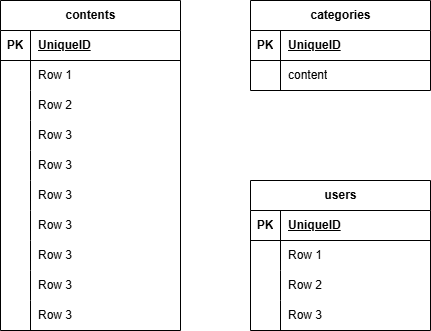
Above: index.drawio.png in LesserPand8/conf-test (draw.io), before the change. Source tidied: cells renumbered, new cells last; positions are measured from the earlier drawing's top-left corner, leaving out a move shared by most shapes.
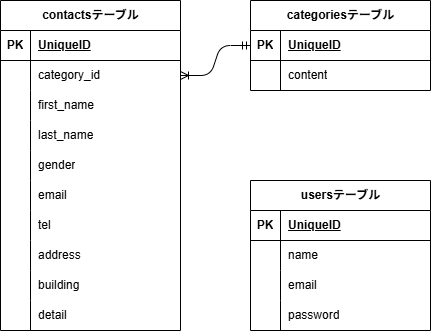
After the commit.

Diff of the diagram source:
```diff
@@ -2,7 +2,7 @@
   <root>
     <mxCell id="0" />
     <mxCell id="1" parent="0" />
-    <mxCell id="2" value="contents" style="shape=table;startSize=30;rowLines=0;fontStyle=1;align=center;html=1;" parent="1" vertex="1">
+    <mxCell id="2" value="&lt;span class=&quot;notion-enable-hover&quot;&gt;contactsテーブル&lt;/span&gt;" style="shape=table;startSize=30;rowLines=0;fontStyle=1;align=center;html=1;" parent="1" vertex="1">
       <mxGeometry width="180" height="330" as="geometry" />
     </mxCell>
     <mxCell id="3" style="shape=tableRow;horizontal=0;startSize=0;swimlaneHead=0;swimlaneBody=0;fillColor=none;top=0;left=0;right=0;bottom=1;" parent="2" vertex="1">
@@ -20,7 +20,7 @@
     <mxCell id="7" style="shape=partialRectangle;fillColor=none;top=0;left=0;bottom=0;right=0;overflow=hidden;whiteSpace=wrap;html=1;" parent="6" vertex="1">
       <mxGeometry width="30" height="30" as="geometry" />
     </mxCell>
-    <mxCell id="8" value="Row 1" style="shape=partialRectangle;fillColor=none;top=0;left=0;bottom=0;right=0;align=left;spacingLeft=6;overflow=hidden;whiteSpace=wrap;html=1;" parent="6" vertex="1">
+    <mxCell id="8" value="category_id" style="shape=partialRectangle;fillColor=none;top=0;left=0;bottom=0;right=0;align=left;spacingLeft=6;overflow=hidden;whiteSpace=wrap;html=1;" parent="6" vertex="1">
       <mxGeometry x="30" width="150" height="30" as="geometry" />
     </mxCell>
     <mxCell id="9" style="shape=tableRow;horizontal=0;startSize=0;swimlaneHead=0;swimlaneBody=0;fillColor=none;top=0;left=0;right=0;bottom=0;" parent="2" vertex="1">
@@ -29,7 +29,7 @@
     <mxCell id="10" style="shape=partialRectangle;fillColor=none;top=0;left=0;bottom=0;right=0;overflow=hidden;whiteSpace=wrap;html=1;" parent="9" vertex="1">
       <mxGeometry width="30" height="30" as="geometry" />
     </mxCell>
-    <mxCell id="11" value="Row 2" style="shape=partialRectangle;fillColor=none;top=0;left=0;bottom=0;right=0;align=left;spacingLeft=6;overflow=hidden;whiteSpace=wrap;html=1;" parent="9" vertex="1">
+    <mxCell id="11" value="first_name" style="shape=partialRectangle;fillColor=none;top=0;left=0;bottom=0;right=0;align=left;spacingLeft=6;overflow=hidden;whiteSpace=wrap;html=1;" parent="9" vertex="1">
       <mxGeometry x="30" width="150" height="30" as="geometry" />
     </mxCell>
     <mxCell id="12" style="shape=tableRow;horizontal=0;startSize=0;swimlaneHead=0;swimlaneBody=0;fillColor=none;top=0;left=0;right=0;bottom=0;" parent="2" vertex="1">
@@ -38,7 +38,7 @@
     <mxCell id="13" style="shape=partialRectangle;fillColor=none;top=0;left=0;bottom=0;right=0;overflow=hidden;whiteSpace=wrap;html=1;" parent="12" vertex="1">
       <mxGeometry width="30" height="30" as="geometry" />
     </mxCell>
-    <mxCell id="14" value="Row 3" style="shape=partialRectangle;fillColor=none;top=0;left=0;bottom=0;right=0;align=left;spacingLeft=6;overflow=hidden;whiteSpace=wrap;html=1;" parent="12" vertex="1">
+    <mxCell id="14" value="last_name" style="shape=partialRectangle;fillColor=none;top=0;left=0;bottom=0;right=0;align=left;spacingLeft=6;overflow=hidden;whiteSpace=wrap;html=1;" parent="12" vertex="1">
       <mxGeometry x="30" width="150" height="30" as="geometry" />
     </mxCell>
     <mxCell id="15" style="shape=tableRow;horizontal=0;startSize=0;swimlaneHead=0;swimlaneBody=0;fillColor=none;top=0;left=0;right=0;bottom=0;" parent="2" vertex="1">
@@ -47,7 +47,7 @@
     <mxCell id="16" style="shape=partialRectangle;fillColor=none;top=0;left=0;bottom=0;right=0;overflow=hidden;whiteSpace=wrap;html=1;" parent="15" vertex="1">
       <mxGeometry width="30" height="30" as="geometry" />
     </mxCell>
-    <mxCell id="17" value="Row 3" style="shape=partialRectangle;fillColor=none;top=0;left=0;bottom=0;right=0;align=left;spacingLeft=6;overflow=hidden;whiteSpace=wrap;html=1;" parent="15" vertex="1">
+    <mxCell id="17" value="gender" style="shape=partialRectangle;fillColor=none;top=0;left=0;bottom=0;right=0;align=left;spacingLeft=6;overflow=hidden;whiteSpace=wrap;html=1;" parent="15" vertex="1">
       <mxGeometry x="30" width="150" height="30" as="geometry" />
     </mxCell>
     <mxCell id="18" style="shape=tableRow;horizontal=0;startSize=0;swimlaneHead=0;swimlaneBody=0;fillColor=none;top=0;left=0;right=0;bottom=0;" parent="2" vertex="1">
@@ -56,7 +56,7 @@
     <mxCell id="19" style="shape=partialRectangle;fillColor=none;top=0;left=0;bottom=0;right=0;overflow=hidden;whiteSpace=wrap;html=1;" parent="18" vertex="1">
       <mxGeometry width="30" height="30" as="geometry" />
     </mxCell>
-    <mxCell id="20" value="Row 3" style="shape=partialRectangle;fillColor=none;top=0;left=0;bottom=0;right=0;align=left;spacingLeft=6;overflow=hidden;whiteSpace=wrap;html=1;" parent="18" vertex="1">
+    <mxCell id="20" value="email" style="shape=partialRectangle;fillColor=none;top=0;left=0;bottom=0;right=0;align=left;spacingLeft=6;overflow=hidden;whiteSpace=wrap;html=1;" parent="18" vertex="1">
       <mxGeometry x="30" width="150" height="30" as="geometry" />
     </mxCell>
     <mxCell id="21" style="shape=tableRow;horizontal=0;startSize=0;swimlaneHead=0;swimlaneBody=0;fillColor=none;top=0;left=0;right=0;bottom=0;" parent="2" vertex="1">
@@ -65,7 +65,7 @@
     <mxCell id="22" style="shape=partialRectangle;fillColor=none;top=0;left=0;bottom=0;right=0;overflow=hidden;whiteSpace=wrap;html=1;" parent="21" vertex="1">
       <mxGeometry width="30" height="30" as="geometry" />
     </mxCell>
-    <mxCell id="23" value="Row 3" style="shape=partialRectangle;fillColor=none;top=0;left=0;bottom=0;right=0;align=left;spacingLeft=6;overflow=hidden;whiteSpace=wrap;html=1;" parent="21" vertex="1">
+    <mxCell id="23" value="tel" style="shape=partialRectangle;fillColor=none;top=0;left=0;bottom=0;right=0;align=left;spacingLeft=6;overflow=hidden;whiteSpace=wrap;html=1;" parent="21" vertex="1">
       <mxGeometry x="30" width="150" height="30" as="geometry" />
     </mxCell>
     <mxCell id="24" style="shape=tableRow;horizontal=0;startSize=0;swimlaneHead=0;swimlaneBody=0;fillColor=none;top=0;left=0;right=0;bottom=0;" parent="2" vertex="1">
@@ -74,7 +74,7 @@
     <mxCell id="25" style="shape=partialRectangle;fillColor=none;top=0;left=0;bottom=0;right=0;overflow=hidden;whiteSpace=wrap;html=1;" parent="24" vertex="1">
       <mxGeometry width="30" height="30" as="geometry" />
     </mxCell>
-    <mxCell id="26" value="Row 3" style="shape=partialRectangle;fillColor=none;top=0;left=0;bottom=0;right=0;align=left;spacingLeft=6;overflow=hidden;whiteSpace=wrap;html=1;" parent="24" vertex="1">
+    <mxCell id="26" value="address" style="shape=partialRectangle;fillColor=none;top=0;left=0;bottom=0;right=0;align=left;spacingLeft=6;overflow=hidden;whiteSpace=wrap;html=1;" parent="24" vertex="1">
       <mxGeometry x="30" width="150" height="30" as="geometry" />
     </mxCell>
     <mxCell id="27" style="shape=tableRow;horizontal=0;startSize=0;swimlaneHead=0;swimlaneBody=0;fillColor=none;top=0;left=0;right=0;bottom=0;" parent="2" vertex="1">
@@ -83,7 +83,7 @@
     <mxCell id="28" style="shape=partialRectangle;fillColor=none;top=0;left=0;bottom=0;right=0;overflow=hidden;whiteSpace=wrap;html=1;" parent="27" vertex="1">
       <mxGeometry width="30" height="30" as="geometry" />
     </mxCell>
-    <mxCell id="29" value="Row 3" style="shape=partialRectangle;fillColor=none;top=0;left=0;bottom=0;right=0;align=left;spacingLeft=6;overflow=hidden;whiteSpace=wrap;html=1;" parent="27" vertex="1">
+    <mxCell id="29" value="building" style="shape=partialRectangle;fillColor=none;top=0;left=0;bottom=0;right=0;align=left;spacingLeft=6;overflow=hidden;whiteSpace=wrap;html=1;" parent="27" vertex="1">
       <mxGeometry x="30" width="150" height="30" as="geometry" />
     </mxCell>
     <mxCell id="30" style="shape=tableRow;horizontal=0;startSize=0;swimlaneHead=0;swimlaneBody=0;fillColor=none;top=0;left=0;right=0;bottom=0;" parent="2" vertex="1">
@@ -92,10 +92,10 @@
     <mxCell id="31" style="shape=partialRectangle;fillColor=none;top=0;left=0;bottom=0;right=0;overflow=hidden;whiteSpace=wrap;html=1;" parent="30" vertex="1">
       <mxGeometry width="30" height="30" as="geometry" />
     </mxCell>
-    <mxCell id="32" value="Row 3" style="shape=partialRectangle;fillColor=none;top=0;left=0;bottom=0;right=0;align=left;spacingLeft=6;overflow=hidden;whiteSpace=wrap;html=1;" parent="30" vertex="1">
+    <mxCell id="32" value="detail" style="shape=partialRectangle;fillColor=none;top=0;left=0;bottom=0;right=0;align=left;spacingLeft=6;overflow=hidden;whiteSpace=wrap;html=1;" parent="30" vertex="1">
       <mxGeometry x="30" width="150" height="30" as="geometry" />
     </mxCell>
-    <mxCell id="33" value="categories" style="shape=table;startSize=30;rowLines=0;fontStyle=1;align=center;html=1;" parent="1" vertex="1">
+    <mxCell id="33" value="&lt;span class=&quot;notion-enable-hover&quot;&gt;categoriesテーブル&lt;/span&gt;" style="shape=table;startSize=30;rowLines=0;fontStyle=1;align=center;html=1;" parent="1" vertex="1">
       <mxGeometry x="250" width="180" height="90" as="geometry" />
     </mxCell>
     <mxCell id="34" style="shape=tableRow;horizontal=0;startSize=0;swimlaneHead=0;swimlaneBody=0;fillColor=none;points=[[0,0.5],[1,0.5]];portConstraint=eastwest;top=0;left=0;right=0;bottom=1;" parent="33" vertex="1">
@@ -116,7 +116,7 @@
     <mxCell id="39" value="content" style="shape=partialRectangle;fillColor=none;top=0;left=0;bottom=0;right=0;align=left;spacingLeft=6;overflow=hidden;whiteSpace=wrap;html=1;" parent="37" vertex="1">
       <mxGeometry x="30" width="150" height="30" as="geometry" />
     </mxCell>
-    <mxCell id="40" value="users" style="shape=table;startSize=30;rowLines=0;fontStyle=1;align=center;html=1;" parent="1" vertex="1">
+    <mxCell id="40" value="&lt;span class=&quot;notion-enable-hover&quot;&gt;usersテーブル&lt;/span&gt;" style="shape=table;startSize=30;rowLines=0;fontStyle=1;align=center;html=1;" parent="1" vertex="1">
       <mxGeometry x="250" y="180" width="180" height="150" as="geometry" />
     </mxCell>
     <mxCell id="41" style="shape=tableRow;horizontal=0;startSize=0;swimlaneHead=0;swimlaneBody=0;fillColor=none;top=0;left=0;right=0;bottom=1;" parent="40" vertex="1">
@@ -134,7 +134,7 @@
     <mxCell id="45" style="shape=partialRectangle;fillColor=none;top=0;left=0;bottom=0;right=0;overflow=hidden;whiteSpace=wrap;html=1;" parent="44" vertex="1">
       <mxGeometry width="30" height="30" as="geometry" />
     </mxCell>
-    <mxCell id="46" value="Row 1" style="shape=partialRectangle;fillColor=none;top=0;left=0;bottom=0;right=0;align=left;spacingLeft=6;overflow=hidden;whiteSpace=wrap;html=1;" parent="44" vertex="1">
+    <mxCell id="46" value="name" style="shape=partialRectangle;fillColor=none;top=0;left=0;bottom=0;right=0;align=left;spacingLeft=6;overflow=hidden;whiteSpace=wrap;html=1;" parent="44" vertex="1">
       <mxGeometry x="30" width="150" height="30" as="geometry" />
     </mxCell>
     <mxCell id="47" style="shape=tableRow;horizontal=0;startSize=0;swimlaneHead=0;swimlaneBody=0;fillColor=none;top=0;left=0;right=0;bottom=0;" parent="40" vertex="1">
@@ -143,7 +143,7 @@
     <mxCell id="48" style="shape=partialRectangle;fillColor=none;top=0;left=0;bottom=0;right=0;overflow=hidden;whiteSpace=wrap;html=1;" parent="47" vertex="1">
       <mxGeometry width="30" height="30" as="geometry" />
     </mxCell>
-    <mxCell id="49" value="Row 2" style="shape=partialRectangle;fillColor=none;top=0;left=0;bottom=0;right=0;align=left;spacingLeft=6;overflow=hidden;whiteSpace=wrap;html=1;" parent="47" vertex="1">
+    <mxCell id="49" value="email" style="shape=partialRectangle;fillColor=none;top=0;left=0;bottom=0;right=0;align=left;spacingLeft=6;overflow=hidden;whiteSpace=wrap;html=1;" parent="47" vertex="1">
       <mxGeometry x="30" width="150" height="30" as="geometry" />
     </mxCell>
     <mxCell id="50" style="shape=tableRow;horizontal=0;startSize=0;swimlaneHead=0;swimlaneBody=0;fillColor=none;top=0;left=0;right=0;bottom=0;" parent="40" vertex="1">
@@ -152,8 +152,11 @@
     <mxCell id="51" style="shape=partialRectangle;fillColor=none;top=0;left=0;bottom=0;right=0;overflow=hidden;whiteSpace=wrap;html=1;" parent="50" vertex="1">
       <mxGeometry width="30" height="30" as="geometry" />
     </mxCell>
-    <mxCell id="52" value="Row 3" style="shape=partialRectangle;fillColor=none;top=0;left=0;bottom=0;right=0;align=left;spacingLeft=6;overflow=hidden;whiteSpace=wrap;html=1;" parent="50" vertex="1">
+    <mxCell id="52" value="password" style="shape=partialRectangle;fillColor=none;top=0;left=0;bottom=0;right=0;align=left;spacingLeft=6;overflow=hidden;whiteSpace=wrap;html=1;" parent="50" vertex="1">
       <mxGeometry x="30" width="150" height="30" as="geometry" />
     </mxCell>
+    <mxCell id="53" style="edgeStyle=entityRelationEdgeStyle;fontSize=12;html=1;endArrow=ERoneToMany;startArrow=ERmandOne;exitX=0;exitY=0.5;exitDx=0;exitDy=0;entryX=1;entryY=0.5;entryDx=0;entryDy=0;" parent="1" edge="1" source="34" target="6">
+      <mxGeometry relative="1" as="geometry" />
+    </mxCell>
   </root>
 </mxGraphModel>
```
